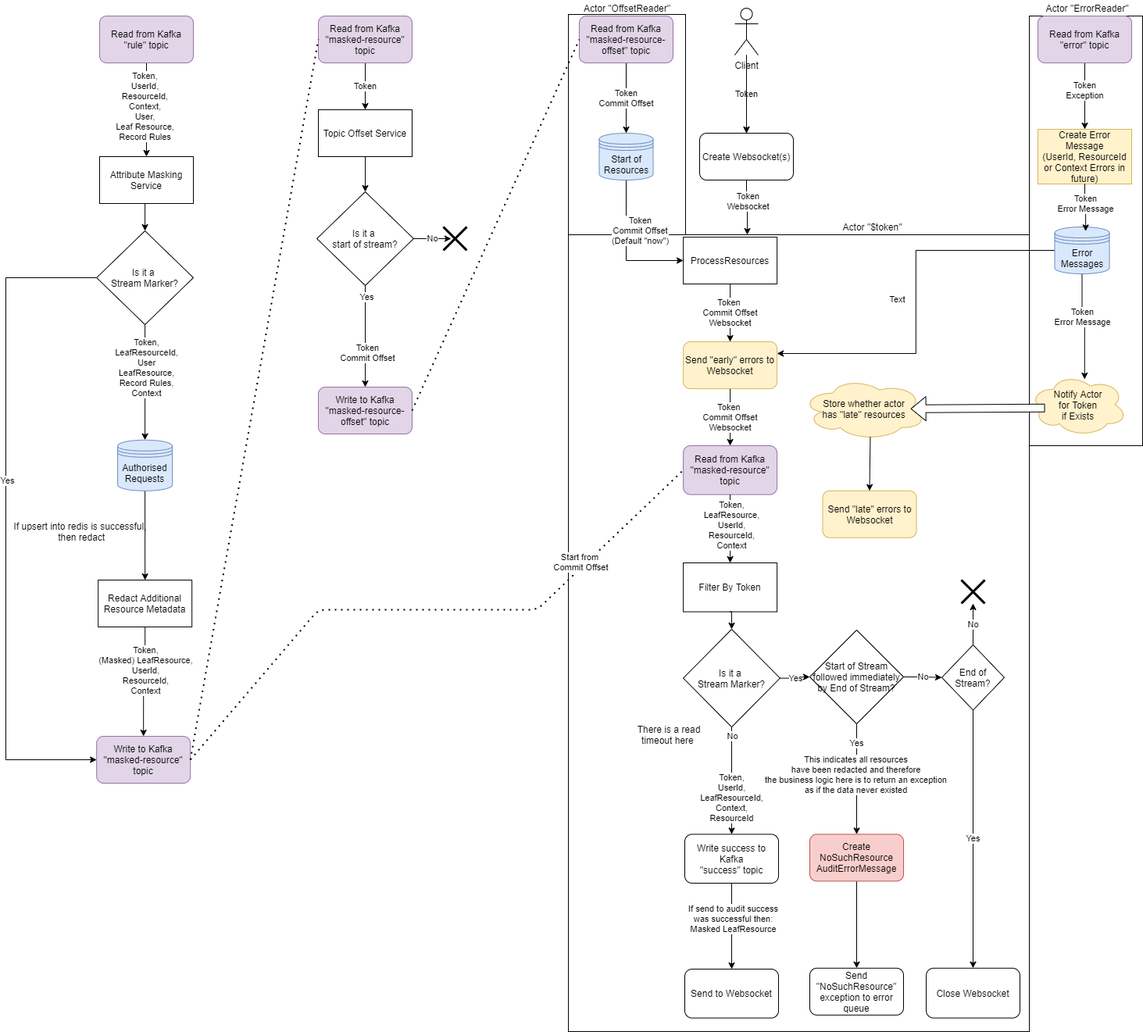
Above: filtered-resource-service/doc/Filtered-Resource-Service-ML.png in gchq/Palisade-services (draw.io), before the change. Source tidied: cells renumbered, new cells last; positions are measured from the earlier drawing's top-left corner, leaving out a move shared by most shapes.
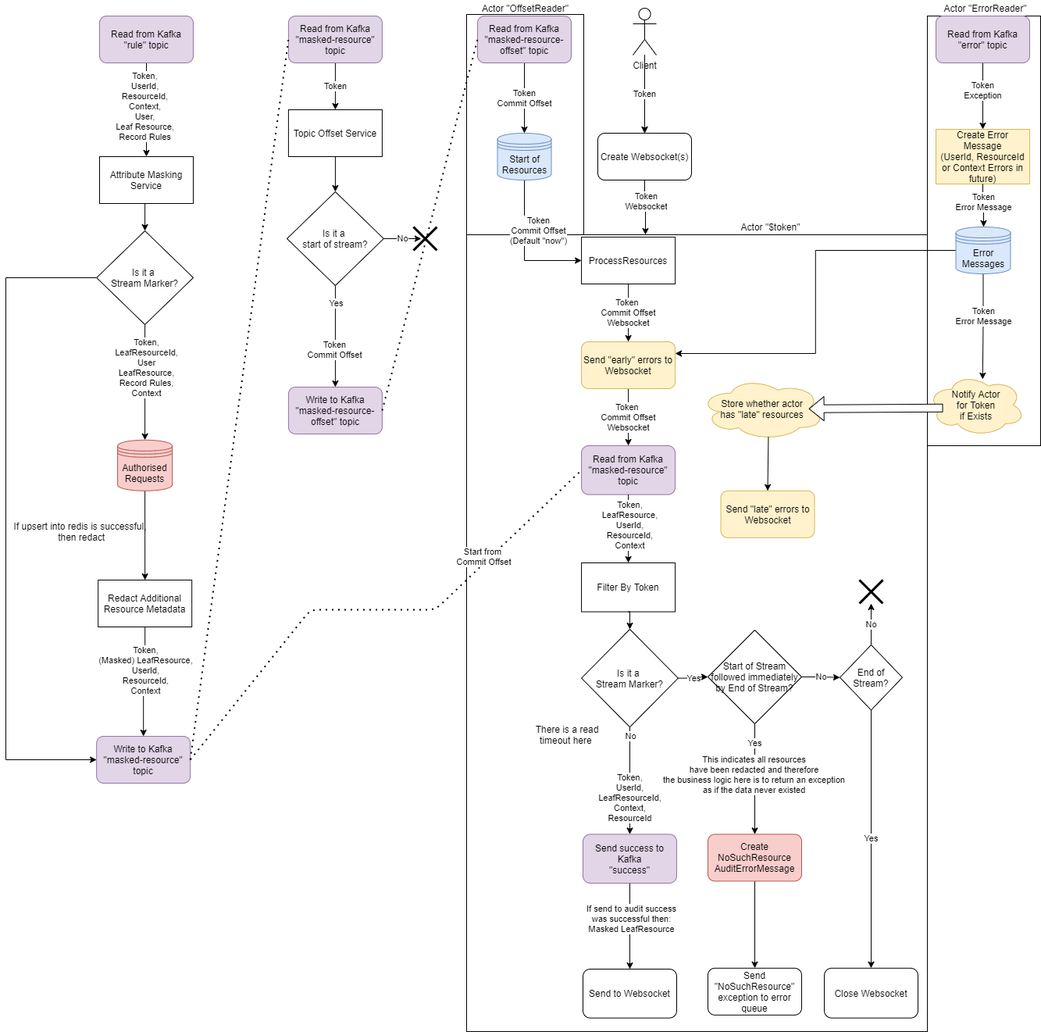
The same diagram one commit later.

Commit message:
PAL-1091 updated FRS drawio and png

Diff of the diagram source:
```diff
@@ -2,9 +2,6 @@
   <root>
     <mxCell id="0" />
     <mxCell id="1" parent="0" />
-    <mxCell id="2" value="&lt;div&gt;Token&lt;br&gt;&lt;/div&gt;" style="edgeStyle=orthogonalEdgeStyle;rounded=0;jettySize=auto;html=1;entryX=0.5;entryY=0;entryDx=0;entryDy=0;" parent="1" edge="1" source="97" target="57">
-      <mxGeometry relative="1" as="geometry" />
-    </mxCell>
     <mxCell id="3" style="rounded=0;whiteSpace=wrap;html=1;fillColor=none;" parent="1" vertex="1">
       <mxGeometry x="720" y="18" width="150" height="282" as="geometry" />
     </mxCell>
@@ -18,7 +15,7 @@
       <mxGeometry relative="1" as="geometry" />
     </mxCell>
     <mxCell id="7" value="Attribute Masking Service" style="rounded=0;whiteSpace=wrap;html=1;" parent="1" vertex="1">
-      <mxGeometry x="120" y="200" width="120" height="60" as="geometry" />
+      <mxGeometry x="250" y="200" width="120" height="60" as="geometry" />
     </mxCell>
     <mxCell id="8" style="edgeStyle=orthogonalEdgeStyle;rounded=0;jettySize=auto;html=1;exitX=0.5;exitY=1;exitDx=0;exitDy=0;entryX=0.5;entryY=0;entryDx=0;entryDy=0;" parent="1" edge="1" source="10" target="7">
       <mxGeometry relative="1" as="geometry" />
@@ -29,19 +26,16 @@
       </mxGeometry>
     </mxCell>
     <mxCell id="10" value="&lt;div&gt;Read from Kafka&lt;/div&gt;&lt;div&gt;&quot;rule&quot; topic&lt;br&gt;&lt;/div&gt;" style="rounded=1;whiteSpace=wrap;html=1;fillColor=#e1d5e7;strokeColor=#9673a6;" parent="1" vertex="1">
-      <mxGeometry x="120" y="20" width="120" height="60" as="geometry" />
+      <mxGeometry x="250" y="20" width="120" height="60" as="geometry" />
     </mxCell>
     <mxCell id="11" style="edgeStyle=orthogonalEdgeStyle;rounded=0;jettySize=auto;html=1;exitX=0;exitY=0.5;exitDx=0;exitDy=0;entryX=0;entryY=0.5;entryDx=0;entryDy=0;" parent="1" edge="1" source="15" target="16">
       <mxGeometry relative="1" as="geometry">
         <Array as="points">
-          <mxPoint y="355" />
-          <mxPoint y="972" />
+          <mxPoint x="130" y="355" />
+          <mxPoint x="130" y="972" />
         </Array>
       </mxGeometry>
     </mxCell>
-    <mxCell id="12" value="Yes" style="edgeLabel;html=1;align=center;verticalAlign=middle;" parent="11" vertex="1">
-      <mxGeometry x="-0.11" y="1" relative="1" as="geometry" />
-    </mxCell>
     <mxCell id="13" style="edgeStyle=orthogonalEdgeStyle;rounded=0;jettySize=auto;html=1;exitX=0.5;exitY=1;exitDx=0;exitDy=0;entryX=0.5;entryY=0;entryDx=0;entryDy=0;" parent="1" edge="1" source="15" target="37">
       <mxGeometry relative="1" as="geometry" />
     </mxCell>
@@ -49,10 +43,10 @@
       <mxGeometry x="-0.26" y="1" relative="1" as="geometry" />
     </mxCell>
     <mxCell id="15" value="Is it a &lt;br&gt;Stream Marker?" style="rhombus;whiteSpace=wrap;html=1;" parent="1" vertex="1">
-      <mxGeometry x="116.2" y="295" width="123.8" height="120" as="geometry" />
+      <mxGeometry x="246.2" y="295" width="123.8" height="120" as="geometry" />
     </mxCell>
     <mxCell id="16" value="&lt;div&gt;Write to Kafka&lt;/div&gt;&lt;div&gt;&quot;masked-resource&quot; topic&lt;br&gt;&lt;/div&gt;" style="rounded=1;whiteSpace=wrap;html=1;fillColor=#e1d5e7;strokeColor=#9673a6;" parent="1" vertex="1">
-      <mxGeometry x="116.2" y="942" width="120" height="60" as="geometry" />
+      <mxGeometry x="246.2" y="942" width="120" height="60" as="geometry" />
     </mxCell>
     <mxCell id="17" style="edgeStyle=orthogonalEdgeStyle;rounded=0;jettySize=auto;html=1;exitX=0.5;exitY=1;exitDx=0;exitDy=0;entryX=0.5;entryY=0;entryDx=0;entryDy=0;" parent="1" edge="1" source="19" target="16">
       <mxGeometry relative="1" as="geometry" />
@@ -61,13 +55,13 @@
       <mxGeometry x="-0.21" relative="1" as="geometry" />
     </mxCell>
     <mxCell id="19" value="Redact Additional Resource Metadata" style="rounded=0;whiteSpace=wrap;html=1;" parent="1" vertex="1">
-      <mxGeometry x="118.2" y="742" width="120" height="60" as="geometry" />
+      <mxGeometry x="248.2" y="742" width="120" height="60" as="geometry" />
     </mxCell>
     <mxCell id="20" value="Token" style="edgeStyle=orthogonalEdgeStyle;rounded=0;jettySize=auto;html=1;exitX=0.5;exitY=1;exitDx=0;exitDy=0;" parent="1" edge="1" source="21" target="24">
       <mxGeometry relative="1" as="geometry" />
     </mxCell>
     <mxCell id="21" value="&lt;div&gt;Read from Kafka&lt;/div&gt;&lt;div&gt;&quot;masked-resource&quot; topic&lt;br&gt;&lt;/div&gt;" style="rounded=1;whiteSpace=wrap;html=1;fillColor=#e1d5e7;strokeColor=#9673a6;" parent="1" vertex="1">
-      <mxGeometry x="400" y="20" width="120" height="60" as="geometry" />
+      <mxGeometry x="491.9" y="20" width="120" height="60" as="geometry" />
     </mxCell>
     <mxCell id="22" style="endArrow=none;dashed=1;html=1;dashPattern=1 3;strokeWidth=2;exitX=1;exitY=0.5;exitDx=0;exitDy=0;entryX=0;entryY=0.5;entryDx=0;entryDy=0;" parent="1" edge="1" source="16" target="21">
       <mxGeometry relative="1" as="geometry" />
@@ -76,27 +70,27 @@
       <mxGeometry relative="1" as="geometry" />
     </mxCell>
     <mxCell id="24" value="Topic Offset Service" style="rounded=0;whiteSpace=wrap;html=1;" parent="1" vertex="1">
-      <mxGeometry x="400" y="140" width="120" height="60" as="geometry" />
+      <mxGeometry x="491.9" y="140" width="120" height="60" as="geometry" />
     </mxCell>
     <mxCell id="25" value="No" style="edgeStyle=orthogonalEdgeStyle;rounded=0;jettySize=auto;html=1;exitX=1;exitY=0.5;exitDx=0;exitDy=0;entryX=0.333;entryY=0.4;entryDx=0;entryDy=0;entryPerimeter=0;" parent="1" edge="1" source="26">
       <mxGeometry relative="1" as="geometry">
-        <mxPoint x="570" y="305" as="targetPoint" />
+        <mxPoint x="661.9" y="305" as="targetPoint" />
       </mxGeometry>
     </mxCell>
     <mxCell id="26" value="Is it a &lt;br&gt;start of stream?" style="rhombus;whiteSpace=wrap;html=1;" parent="1" vertex="1">
-      <mxGeometry x="398.1" y="245" width="123.8" height="120" as="geometry" />
+      <mxGeometry x="490" y="245" width="123.8" height="120" as="geometry" />
     </mxCell>
     <mxCell id="27" value="&lt;div&gt;Write to Kafka&lt;/div&gt;&lt;div&gt;&quot;masked-resource-offset&quot; topic&lt;br&gt;&lt;/div&gt;" style="rounded=1;whiteSpace=wrap;html=1;fillColor=#e1d5e7;strokeColor=#9673a6;" parent="1" vertex="1">
-      <mxGeometry x="400" y="495" width="120" height="60" as="geometry" />
+      <mxGeometry x="491.9" y="495" width="120" height="60" as="geometry" />
     </mxCell>
     <mxCell id="28" value="&lt;br&gt;&lt;br&gt;" style="edgeStyle=orthogonalEdgeStyle;rounded=0;jettySize=auto;html=1;exitX=0.5;exitY=1;exitDx=0;exitDy=0;" parent="1" edge="1" source="26" target="27">
       <mxGeometry relative="1" as="geometry" />
     </mxCell>
-    <mxCell id="29" value="Yes" style="edgeLabel;html=1;align=center;verticalAlign=middle;" parent="28" vertex="1">
-      <mxGeometry x="-0.78" y="1" relative="1" as="geometry" />
-    </mxCell>
+    <mxCell id="98" value="Yes" style="edgeLabel;html=1;align=center;verticalAlign=middle;" parent="28" vertex="1">
+      <mxGeometry x="-0.66" y="1" relative="1" as="geometry" />
+    </mxCell>
     <mxCell id="30" value="Token&lt;br&gt;Commit Offset" style="edgeLabel;html=1;align=center;verticalAlign=middle;" parent="28" vertex="1">
-      <mxGeometry x="0.31" y="2" relative="1" as="geometry" />
+      <mxGeometry x="0.25" y="-1" relative="1" as="geometry" />
     </mxCell>
     <mxCell id="31" value="Token&lt;br&gt;Commit Offset" style="edgeStyle=orthogonalEdgeStyle;rounded=0;jettySize=auto;html=1;exitX=0.5;exitY=1;exitDx=0;exitDy=0;entryX=0.5;entryY=0;entryDx=0;entryDy=0;" parent="1" edge="1" source="32" target="71">
       <mxGeometry relative="1" as="geometry" />
@@ -110,7 +104,7 @@
     <mxCell id="34" style="endArrow=none;dashed=1;html=1;dashPattern=1 3;strokeWidth=2;exitX=1;exitY=0.5;exitDx=0;exitDy=0;entryX=0;entryY=0.5;entryDx=0;entryDy=0;" parent="1" edge="1" source="16" target="38">
       <mxGeometry relative="1" as="geometry">
         <Array as="points">
-          <mxPoint x="400" y="780" />
+          <mxPoint x="520" y="780" />
           <mxPoint x="680" y="780" />
         </Array>
       </mxGeometry>
@@ -123,8 +117,8 @@
     <mxCell id="36" style="edgeStyle=orthogonalEdgeStyle;rounded=0;jettySize=auto;html=1;exitX=0.5;exitY=1;exitDx=0;exitDy=0;entryX=0.5;entryY=0;entryDx=0;entryDy=0;" parent="1" edge="1" source="37" target="19">
       <mxGeometry relative="1" as="geometry" />
     </mxCell>
-    <mxCell id="37" value="Authorised Requests" style="shape=datastore;whiteSpace=wrap;html=1;fillColor=#dae8fc;strokeColor=#6c8ebf;" parent="1" vertex="1">
-      <mxGeometry x="143.1" y="562.8" width="70" height="65" as="geometry" />
+    <mxCell id="37" value="Authorised Requests" style="shape=datastore;whiteSpace=wrap;html=1;fillColor=#f8cecc;strokeColor=#b85450;" parent="1" vertex="1">
+      <mxGeometry x="273.1" y="562.8" width="70" height="65" as="geometry" />
     </mxCell>
     <mxCell id="38" value="&lt;div&gt;Read from Kafka&lt;/div&gt;&lt;div&gt;&quot;masked-resource&quot; topic&lt;br&gt;&lt;/div&gt;" style="rounded=1;whiteSpace=wrap;html=1;fillColor=#e1d5e7;strokeColor=#9673a6;" parent="1" vertex="1">
       <mxGeometry x="867.1" y="570" width="120" height="62.6" as="geometry" />
@@ -169,14 +163,14 @@
     <mxCell id="50" value="If send to audit success&lt;br&gt;was successful then:&lt;br&gt;Masked LeafResource" style="edgeLabel;html=1;align=center;verticalAlign=middle;" parent="49" vertex="1">
       <mxGeometry x="-0.19" y="1" relative="1" as="geometry" />
     </mxCell>
-    <mxCell id="51" value="&lt;div&gt;Write success to Kafka&lt;/div&gt;&lt;div&gt;&quot;success&quot; topic&lt;br&gt;&lt;/div&gt;" style="rounded=1;whiteSpace=wrap;html=1;" parent="1" vertex="1">
+    <mxCell id="51" value="&lt;div&gt;Send success to Kafka&lt;/div&gt;&lt;div&gt;&quot;success&quot;&lt;br&gt;&lt;/div&gt;" style="rounded=1;whiteSpace=wrap;html=1;fillColor=#e1d5e7;strokeColor=#9673a6;" parent="1" vertex="1">
       <mxGeometry x="869" y="1067.4" width="120" height="62.6" as="geometry" />
     </mxCell>
     <mxCell id="52" value="There is a read timeout here&amp;nbsp;" style="text;html=1;strokeColor=none;fillColor=none;align=center;verticalAlign=middle;whiteSpace=wrap;rounded=0;" parent="1" vertex="1">
       <mxGeometry x="799" y="929.6" width="100" height="20.9" as="geometry" />
     </mxCell>
     <mxCell id="53" value="If upsert into redis is successful,&lt;br&gt;&amp;nbsp;then redact" style="text;html=1;align=center;verticalAlign=middle;" parent="1" vertex="1">
-      <mxGeometry y="665" width="190" height="30" as="geometry" />
+      <mxGeometry x="130" y="665" width="190" height="30" as="geometry" />
     </mxCell>
     <mxCell id="54" value="Close Websocket" style="rounded=1;whiteSpace=wrap;html=1;" parent="1" vertex="1">
       <mxGeometry x="1178" y="1238.8" width="120" height="63.8" as="geometry" />
@@ -217,6 +211,9 @@
     <mxCell id="64" style="edgeStyle=orthogonalEdgeStyle;rounded=0;jettySize=auto;html=1;" parent="1" edge="1" source="97" target="57">
       <mxGeometry relative="1" as="geometry" />
     </mxCell>
+    <mxCell id="97" value="Client" style="shape=umlActor;verticalLabelPosition=bottom;verticalAlign=top;html=1;outlineConnect=0;" parent="1" vertex="1">
+      <mxGeometry x="933" y="10" width="30" height="60" as="geometry" />
+    </mxCell>
     <mxCell id="65" value="Token&amp;nbsp;&lt;br&gt;&lt;div&gt;Commit Offset&lt;/div&gt;&lt;div&gt;Websocket&lt;br&gt;&lt;/div&gt;" style="edgeStyle=orthogonalEdgeStyle;rounded=0;jettySize=auto;html=1;exitX=0.5;exitY=1;exitDx=0;exitDy=0;" parent="1" edge="1" source="68" target="38">
       <mxGeometry relative="1" as="geometry" />
     </mxCell>
@@ -226,6 +223,9 @@
     <mxCell id="67" value="Create Error Message&lt;br&gt;(UserId, ResourceId or Context Errors in future)" style="rounded=0;whiteSpace=wrap;html=1;fillColor=#fff2cc;strokeColor=#d6b656;" parent="1" vertex="1">
       <mxGeometry x="1321" y="165" width="120" height="70" as="geometry" />
     </mxCell>
+    <mxCell id="2" value="&lt;div&gt;Token&lt;br&gt;&lt;/div&gt;" style="edgeStyle=orthogonalEdgeStyle;rounded=0;jettySize=auto;html=1;entryX=0.5;entryY=0;entryDx=0;entryDy=0;" parent="1" edge="1" source="97" target="57">
+      <mxGeometry relative="1" as="geometry" />
+    </mxCell>
     <mxCell id="68" value="Send &quot;early&quot; errors to Websocket" style="rounded=1;whiteSpace=wrap;html=1;fillColor=#fff2cc;strokeColor=#d6b656;" parent="1" vertex="1">
       <mxGeometry x="867.1" y="437" width="120" height="60" as="geometry" />
     </mxCell>
@@ -251,21 +251,18 @@
       <mxGeometry x="1019" y="482.8" width="159" height="80" as="geometry" />
     </mxCell>
     <mxCell id="76" style="shape=umlDestroy;whiteSpace=wrap;html=1;strokeWidth=3;" parent="1" vertex="1">
-      <mxGeometry x="560" y="290" width="30" height="30" as="geometry" />
+      <mxGeometry x="651.9" y="290" width="30" height="30" as="geometry" />
     </mxCell>
     <mxCell id="77" style="edgeStyle=orthogonalEdgeStyle;rounded=0;jettySize=auto;html=1;exitX=0;exitY=0.5;exitDx=0;exitDy=0;entryX=1;entryY=0.25;entryDx=0;entryDy=0;" parent="1" edge="1" source="79" target="68">
       <mxGeometry relative="1" as="geometry" />
     </mxCell>
-    <mxCell id="78" value="Text" style="edgeLabel;html=1;align=center;verticalAlign=middle;" parent="77" vertex="1">
-      <mxGeometry x="-0.29" y="31" relative="1" as="geometry">
-        <mxPoint x="-30" y="31" as="offset" />
-      </mxGeometry>
-    </mxCell>
     <mxCell id="79" value="Error Messages" style="shape=datastore;whiteSpace=wrap;html=1;rounded=1;fillColor=#dae8fc;strokeColor=#6c8ebf;" parent="1" vertex="1">
-      <mxGeometry x="1342.5" y="290" width="70" height="60" as="geometry" />
+      <mxGeometry x="1346.5" y="290" width="70" height="60" as="geometry" />
     </mxCell>
-    <mxCell id="80" style="edgeStyle=orthogonalEdgeStyle;rounded=0;jettySize=auto;html=1;exitX=0.5;exitY=1;exitDx=0;exitDy=0;entryX=0.566;entryY=0.09;entryDx=0;entryDy=0;entryPerimeter=0;" parent="1" edge="1" source="67" target="79">
-      <mxGeometry relative="1" as="geometry" />
+    <mxCell id="80" style="edgeStyle=orthogonalEdgeStyle;rounded=0;jettySize=auto;html=1;exitX=0.5;exitY=1;exitDx=0;exitDy=0;" parent="1" edge="1" source="67">
+      <mxGeometry relative="1" as="geometry">
+        <mxPoint x="1382" y="290" as="targetPoint" />
+      </mxGeometry>
     </mxCell>
     <mxCell id="81" value="&lt;div&gt;Token&lt;/div&gt;&lt;div&gt;Error Message&lt;br&gt;&lt;/div&gt;" style="edgeLabel;html=1;align=center;verticalAlign=middle;" parent="80" vertex="1">
       <mxGeometry x="-0.22" relative="1" as="geometry" />
@@ -295,31 +292,32 @@
         </Array>
       </mxGeometry>
     </mxCell>
-    <mxCell id="89" style="edgeStyle=orthogonalEdgeStyle;rounded=0;jettySize=auto;html=1;exitX=0.5;exitY=1;exitDx=0;exitDy=0;entryX=0.5;entryY=0;entryDx=0;entryDy=0;" parent="1" edge="1" source="92" target="95">
-      <mxGeometry relative="1" as="geometry">
-        <Array as="points">
-          <mxPoint x="1089" y="990" />
-          <mxPoint x="1089" y="990" />
-        </Array>
-      </mxGeometry>
-    </mxCell>
-    <mxCell id="90" value="Yes" style="edgeLabel;html=1;align=center;verticalAlign=middle;" parent="89" vertex="1">
-      <mxGeometry x="-0.09" y="-4" relative="1" as="geometry">
-        <mxPoint x="3" y="-40" as="offset" />
-      </mxGeometry>
-    </mxCell>
-    <mxCell id="91" value="This indicates all resources&lt;br&gt;have been redacted and therefore&lt;br&gt;the business logic here is to return an exception&lt;br&gt;as if the data never existed" style="edgeLabel;html=1;align=center;verticalAlign=middle;" parent="89" vertex="1">
-      <mxGeometry x="-0.66" y="-2" relative="1" as="geometry">
-        <mxPoint y="40" as="offset" />
-      </mxGeometry>
-    </mxCell>
     <mxCell id="92" value="Start of Stream followed immediately by End of Stream?" style="rhombus;whiteSpace=wrap;html=1;" parent="1" vertex="1">
       <mxGeometry x="1029" y="806" width="120" height="120" as="geometry" />
     </mxCell>
     <mxCell id="93" value="Yes" style="edgeStyle=orthogonalEdgeStyle;rounded=0;jettySize=auto;html=1;entryX=0;entryY=0.5;entryDx=0;entryDy=0;" parent="1" edge="1" source="44" target="92">
       <mxGeometry relative="1" as="geometry" />
     </mxCell>
+    <mxCell id="99" style="edgeStyle=orthogonalEdgeStyle;rounded=0;jettySize=auto;html=1;exitX=0.5;exitY=1;exitDx=0;exitDy=0;entryX=0.5;entryY=0;entryDx=0;entryDy=0;" parent="1" edge="1" target="95">
+      <mxGeometry relative="1" as="geometry">
+        <mxPoint x="1089" y="926" as="sourcePoint" />
+        <Array as="points">
+          <mxPoint x="1089" y="990" />
+          <mxPoint x="1089" y="990" />
+        </Array>
+      </mxGeometry>
+    </mxCell>
+    <mxCell id="100" value="Yes" style="edgeLabel;html=1;align=center;verticalAlign=middle;" parent="99" vertex="1">
+      <mxGeometry x="-0.09" y="-4" relative="1" as="geometry">
+        <mxPoint x="3" y="-40" as="offset" />
+      </mxGeometry>
+    </mxCell>
+    <mxCell id="91" value="This indicates all resources&lt;br&gt;have been redacted and therefore&lt;br&gt;the business logic here is to return an exception&lt;br&gt;as if the data never existed" style="edgeLabel;html=1;align=center;verticalAlign=middle;" parent="99" vertex="1">
+      <mxGeometry x="-0.66" y="-2" relative="1" as="geometry">
+        <mxPoint y="40" as="offset" />
+      </mxGeometry>
+    </mxCell>
-    <mxCell id="94" style="edgeStyle=orthogonalEdgeStyle;rounded=0;jettySize=auto;html=1;exitX=0.5;exitY=1;exitDx=0;exitDy=0;entryX=0.5;entryY=0;entryDx=0;entryDy=0;" parent="1" edge="1" source="95" target="96">
+    <mxCell id="94" style="edgeStyle=orthogonalEdgeStyle;rounded=0;jettySize=auto;html=1;exitX=0.5;exitY=1;exitDx=0;exitDy=0;" parent="1" edge="1" source="95" target="96">
       <mxGeometry relative="1" as="geometry" />
     </mxCell>
     <mxCell id="95" value="Create NoSuchResource AuditErrorMessage" style="rounded=1;whiteSpace=wrap;html=1;fillColor=#f8cecc;strokeColor=#b85450;" parent="1" vertex="1">
@@ -328,8 +326,5 @@
     <mxCell id="96" value="Send &quot;NoSuchResource&quot; exception to error queue" style="rounded=1;whiteSpace=wrap;html=1;" parent="1" vertex="1">
       <mxGeometry x="1029" y="1238.8" width="120" height="60" as="geometry" />
     </mxCell>
-    <mxCell id="97" value="Client" style="shape=umlActor;verticalLabelPosition=bottom;verticalAlign=top;html=1;outlineConnect=0;" parent="1" vertex="1">
-      <mxGeometry x="933" y="10" width="30" height="60" as="geometry" />
-    </mxCell>
   </root>
 </mxGraphModel>
```
